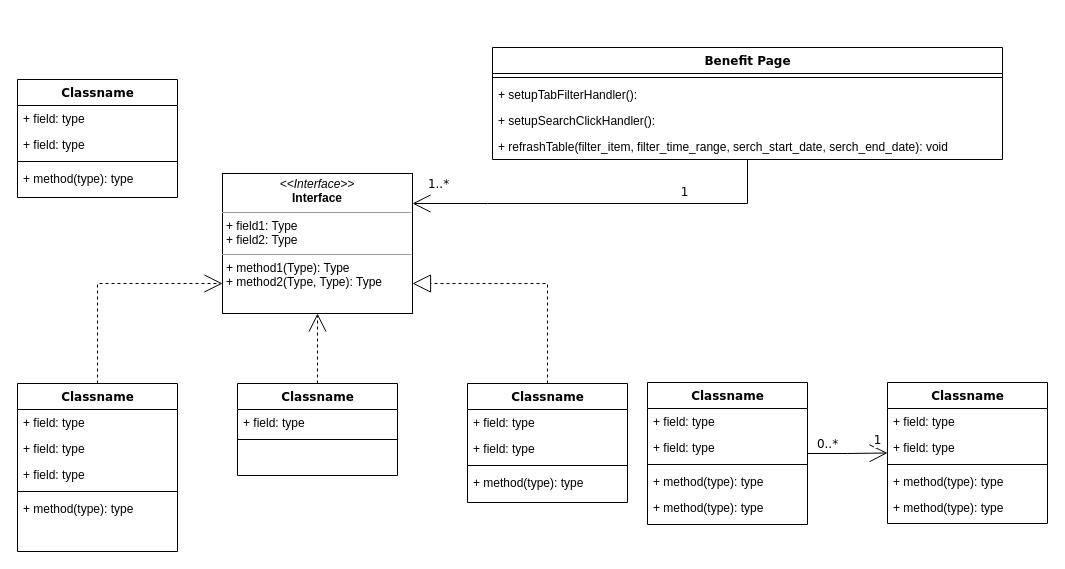
Earlier version of the draw.io diagram 未命名圖表.drawio (KNChiu/Hello). Source tidied: cells renumbered, new cells numbered last; positions are measured from the earlier drawing's top-left corner, leaving out a move shared by most shapes. Both pictures are drawn from the tidied source at 100%, with x=0, y=0 at pixel (17, 47).
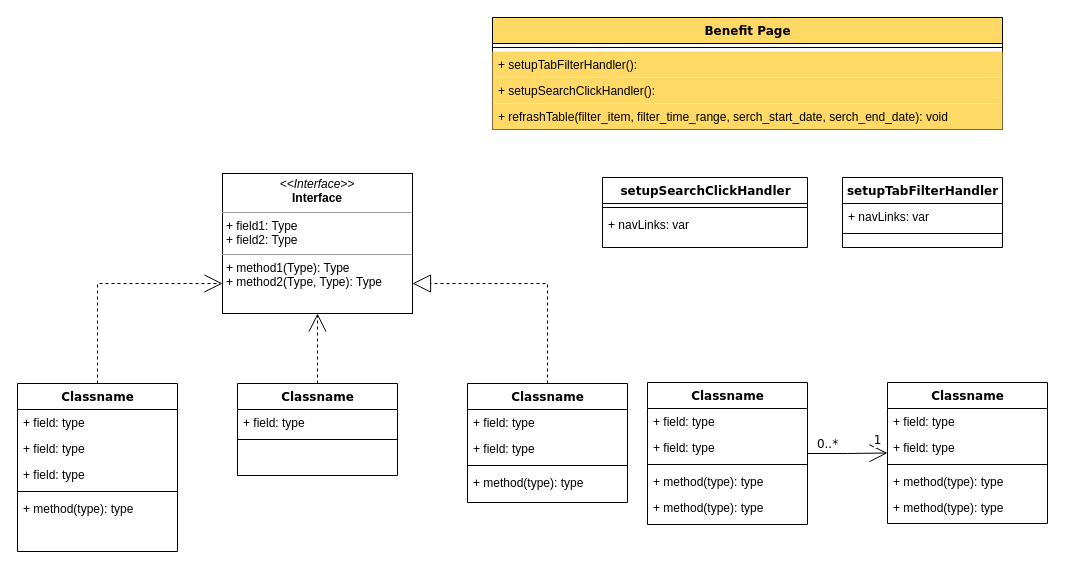
Above is the later version.

Commit message:
更新未命名圖表.drawio

The change refers to these unchanged cells:
```xml
<mxCell id="47" value="&lt;p style=&quot;margin:0px;margin-top:4px;text-align:center;&quot;&gt;&lt;i&gt;&amp;lt;&amp;lt;Interface&amp;gt;&amp;gt;&lt;/i&gt;&lt;br/&gt;&lt;b&gt;Interface&lt;/b&gt;&lt;/p&gt;&lt;hr size=&quot;1&quot;/&gt;&lt;p style=&quot;margin:0px;margin-left:4px;&quot;&gt;+ field1: Type&lt;br/&gt;+ field2: Type&lt;/p&gt;&lt;hr size=&quot;1&quot;/&gt;&lt;p style=&quot;margin:0px;margin-left:4px;&quot;&gt;+ method1(Type): Type&lt;br/&gt;+ method2(Type, Type): Type&lt;/p&gt;" style="verticalAlign=top;align=left;overflow=fill;fontSize=12;fontFamily=Helvetica;html=1;rounded=0;shadow=0;comic=0;labelBackgroundColor=none;strokeWidth=1;" parent="1" vertex="1">
  <mxGeometry x="205" y="126" width="190" height="140" as="geometry" />
</mxCell>
```

The edit, as a diff of the source:
```diff
@@
-    <mxCell id="9" value="Classname" style="swimlane;html=1;fontStyle=1;align=center;verticalAlign=top;horizontal=1;startSize=26;swimlaneFillColor=#ffffff;rounded=0;shadow=0;comic=0;labelBackgroundColor=none;strokeWidth=1;fillColor=none;fontFamily=Verdana;fontSize=12;" parent="1" vertex="1">
-      <mxGeometry y="32" width="160" height="118" as="geometry" />
-    </mxCell>
-    <mxCell id="10" value="+ field: type" style="text;html=1;strokeColor=none;fillColor=none;align=left;verticalAlign=top;spacingLeft=4;spacingRight=4;whiteSpace=wrap;overflow=hidden;" parent="9" vertex="1">
-      <mxGeometry y="26" width="160" height="26" as="geometry" />
-    </mxCell>
-    <mxCell id="11" value="+ field: type" style="text;html=1;strokeColor=none;fillColor=none;align=left;verticalAlign=top;spacingLeft=4;spacingRight=4;whiteSpace=wrap;overflow=hidden;" parent="9" vertex="1">
-      <mxGeometry y="52" width="160" height="26" as="geometry" />
-    </mxCell>
-    <mxCell id="12" style="line;html=1;strokeWidth=1;fillColor=none;align=left;verticalAlign=middle;spacingTop=-1;spacingLeft=3;spacingRight=3;labelPosition=right;" parent="9" vertex="1">
-      <mxGeometry y="78" width="160" height="8" as="geometry" />
-    </mxCell>
-    <mxCell id="13" value="+ method(type): type" style="text;html=1;strokeColor=none;fillColor=none;align=left;verticalAlign=top;spacingLeft=4;spacingRight=4;whiteSpace=wrap;overflow=hidden;" parent="9" vertex="1">
-      <mxGeometry y="86" width="160" height="26" as="geometry" />
-    </mxCell>
-    <mxCell id="14" style="edgeStyle=orthogonalEdgeStyle;rounded=0;html=1;labelBackgroundColor=none;startArrow=none;startFill=0;startSize=8;endArrow=open;endFill=0;endSize=16;fontFamily=Verdana;fontSize=12;" parent="1" edge="1" source="17" target="47">
-      <mxGeometry relative="1" as="geometry">
-        <Array as="points">
-          <mxPoint x="470" y="156" />
-          <mxPoint x="470" y="156" />
-        </Array>
-      </mxGeometry>
-    </mxCell>
-    <mxCell id="15" value="1..*" style="text;html=1;align=center;verticalAlign=middle;labelBackgroundColor=#ffffff;fontSize=12;fontFamily=Verdana;" parent="14" vertex="1">
-      <mxGeometry x="0.86" y="2" relative="1" as="geometry">
-        <mxPoint x="-2" y="-22" as="offset" />
-      </mxGeometry>
-    </mxCell>
-    <mxCell id="16" value="1" style="text;html=1;align=center;verticalAlign=middle;labelBackgroundColor=#ffffff;fontSize=12;fontFamily=Verdana;" parent="14" vertex="1">
-      <mxGeometry x="0.36" y="152" relative="1" as="geometry">
-        <mxPoint x="150" y="-164" as="offset" />
-      </mxGeometry>
-    </mxCell>
-    <mxCell id="17" value="Benefit Page" style="swimlane;html=1;fontStyle=1;align=center;verticalAlign=top;horizontal=1;startSize=26;swimlaneFillColor=#ffffff;rounded=0;shadow=0;comic=0;labelBackgroundColor=none;strokeWidth=1;fillColor=none;fontFamily=Verdana;fontSize=12;" parent="1" vertex="1">
-      <mxGeometry x="475" width="510" height="112" as="geometry" />
+    <mxCell id="17" value="Benefit Page" style="swimlane;html=1;fontStyle=1;align=center;verticalAlign=top;horizontal=1;startSize=26;swimlaneFillColor=#ffffff;rounded=0;shadow=0;comic=0;labelBackgroundColor=none;strokeWidth=1;fillColor=#FFD966;fontFamily=Verdana;fontSize=12;" parent="1" vertex="1">
+      <mxGeometry x="475" y="-30" width="510" height="112" as="geometry" />
     </mxCell>
-    <mxCell id="18" style="line;html=1;strokeWidth=1;fillColor=none;align=left;verticalAlign=middle;spacingTop=-1;spacingLeft=3;spacingRight=3;labelPosition=right;" parent="17" vertex="1">
+    <mxCell id="18" style="line;html=1;strokeWidth=1;fillColor=#FFD966;align=left;verticalAlign=middle;spacingTop=-1;spacingLeft=3;spacingRight=3;labelPosition=right;" parent="17" vertex="1">
       <mxGeometry y="26" width="510" height="8" as="geometry" />
     </mxCell>
-    <mxCell id="19" value="+&amp;nbsp;setupTabFilterHandler():" style="text;strokeColor=none;fillColor=none;align=left;verticalAlign=top;spacingLeft=4;spacingRight=4;overflow=hidden;whiteSpace=wrap;html=1;" parent="17" vertex="1">
+    <mxCell id="19" value="+&amp;nbsp;setupTabFilterHandler():" style="text;strokeColor=none;fillColor=#FFD966;align=left;verticalAlign=top;spacingLeft=4;spacingRight=4;overflow=hidden;whiteSpace=wrap;html=1;" parent="17" vertex="1">
       <mxGeometry y="34" width="510" height="26" as="geometry" />
     </mxCell>
-    <mxCell id="20" value="+&amp;nbsp;setupSearchClickHandler():" style="text;strokeColor=none;fillColor=none;align=left;verticalAlign=top;spacingLeft=4;spacingRight=4;overflow=hidden;whiteSpace=wrap;html=1;" parent="17" vertex="1">
+    <mxCell id="20" value="+&amp;nbsp;setupSearchClickHandler():" style="text;strokeColor=none;fillColor=#FFD966;align=left;verticalAlign=top;spacingLeft=4;spacingRight=4;overflow=hidden;whiteSpace=wrap;html=1;" parent="17" vertex="1">
       <mxGeometry y="60" width="510" height="26" as="geometry" />
     </mxCell>
-    <mxCell id="21" value="+ refrashTable(filter_item, filter_time_range, serch_start_date, serch_end_date): void" style="text;html=1;strokeColor=none;fillColor=none;align=left;verticalAlign=top;spacingLeft=4;spacingRight=4;whiteSpace=wrap;overflow=hidden;" parent="17" vertex="1">
+    <mxCell id="21" value="+ refrashTable(filter_item, filter_time_range, serch_start_date, serch_end_date): void" style="text;html=1;strokeColor=none;fillColor=#FFD966;align=left;verticalAlign=top;spacingLeft=4;spacingRight=4;whiteSpace=wrap;overflow=hidden;" parent="17" vertex="1">
       <mxGeometry y="86" width="510" height="26" as="geometry" />
     </mxCell>
@@
+    <mxCell id="48" value="setupSearchClickHandler" style="swimlane;html=1;fontStyle=1;align=center;verticalAlign=top;horizontal=1;startSize=26;swimlaneFillColor=#ffffff;rounded=0;shadow=0;comic=0;labelBackgroundColor=none;strokeWidth=1;fillColor=none;fontFamily=Verdana;fontSize=12;" parent="1" vertex="1">
+      <mxGeometry x="585" y="130" width="205" height="70" as="geometry" />
+    </mxCell>
+    <mxCell id="49" style="line;html=1;strokeWidth=1;fillColor=none;align=left;verticalAlign=middle;spacingTop=-1;spacingLeft=3;spacingRight=3;labelPosition=right;" parent="48" vertex="1">
+      <mxGeometry y="26" width="205" height="8" as="geometry" />
+    </mxCell>
+    <mxCell id="50" value="+ navLinks: var" style="text;html=1;strokeColor=none;fillColor=none;align=left;verticalAlign=top;spacingLeft=4;spacingRight=4;whiteSpace=wrap;overflow=hidden;" parent="48" vertex="1">
+      <mxGeometry y="34" width="205" height="26" as="geometry" />
+    </mxCell>
+    <mxCell id="51" value="setupTabFilterHandler" style="swimlane;html=1;fontStyle=1;align=center;verticalAlign=top;horizontal=1;startSize=26;swimlaneFillColor=#ffffff;rounded=0;shadow=0;comic=0;labelBackgroundColor=none;strokeWidth=1;fillColor=none;fontFamily=Verdana;fontSize=12;" parent="1" vertex="1">
+      <mxGeometry x="825" y="130" width="160" height="70" as="geometry" />
+    </mxCell>
+    <mxCell id="10" value="+ navLinks: var" style="text;html=1;strokeColor=none;fillColor=none;align=left;verticalAlign=top;spacingLeft=4;spacingRight=4;whiteSpace=wrap;overflow=hidden;" parent="51" vertex="1">
+      <mxGeometry y="26" width="160" height="26" as="geometry" />
+    </mxCell>
+    <mxCell id="52" style="line;html=1;strokeWidth=1;fillColor=none;align=left;verticalAlign=middle;spacingTop=-1;spacingLeft=3;spacingRight=3;labelPosition=right;" parent="51" vertex="1">
+      <mxGeometry y="52" width="160" height="8" as="geometry" />
+    </mxCell>
```
